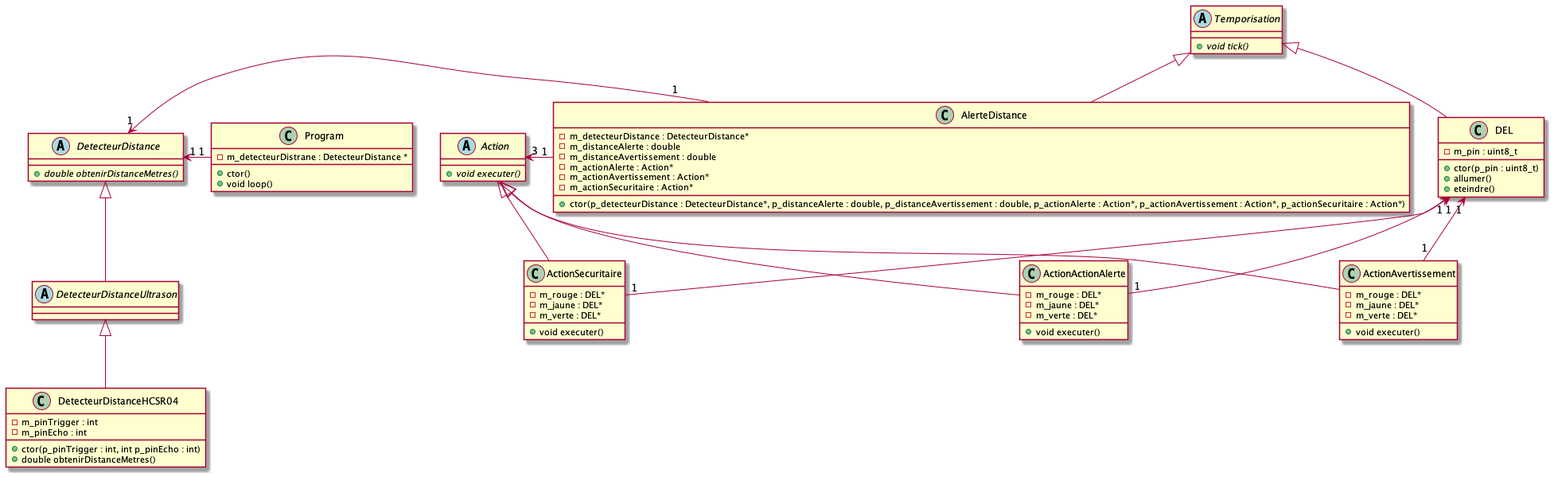
This is images/Module05_ProgrammationEntreesAnalogiques_1_2/diag/diagramme_classes/dc_DetecteurDistance.png from PiFou86/420-W48-SF, a PlantUML export, as it was before one commit. Its diagram source:
```plantuml
@startuml dc_DetecteurDistance
skinparam maxMessageSize 50

abstract class Temporisation {
    + void tick() {abstract}
}

class Program {
    - m_detecteurDistrane : DetecteurDistance *
    + ctor()
    + void loop()
}

abstract class DetecteurDistance {
    + double obtenirDistanceMetres() {abstract}
}

abstract class DetecteurDistanceUltrason {

}

class DetecteurDistanceHCSR04 {
    - m_pinTrigger : int
    - m_pinEcho : int

    + ctor(p_pinTrigger : int, int p_pinEcho : int)
    + double obtenirDistanceMetres()
}

abstract class Action {
    + void executer() {abstract}
}

class ActionActionAlerte {
    - m_rouge : DEL*
    - m_jaune : DEL*
    - m_verte : DEL*
    + void executer()
}

class ActionAvertissement {
    - m_rouge : DEL*
    - m_jaune : DEL*
    - m_verte : DEL*
    + void executer()

}

class ActionSecuritaire {
    - m_rouge : DEL*
    - m_jaune : DEL*
    - m_verte : DEL*
    + void executer()
}

DetecteurDistance <|-- DetecteurDistanceUltrason
DetecteurDistanceUltrason <|-- DetecteurDistanceHCSR04

Action <|-- ActionActionAlerte
Action <|-- ActionAvertissement
Action <|-- ActionSecuritaire

class DEL {
    - m_pin : uint8_t
    + ctor(p_pin : uint8_t)
    + allumer()
    + eteindre()
}

DEL "1" <-- "1" ActionActionAlerte
DEL "1" <-- "1" ActionAvertissement
DEL "1" <-- "1" ActionSecuritaire


Program "1" -right-> "1" DetecteurDistance

class AlerteDistance {
    - m_detecteurDistance : DetecteurDistance*
    - m_distanceAlerte : double
    - m_distanceAvertissement : double
    - m_actionAlerte : Action*
    - m_actionAvertissement : Action*
    - m_actionSecuritaire : Action*
    + ctor(p_detecteurDistance : DetecteurDistance*, p_distanceAlerte : double, p_distanceAvertissement : double, p_actionAlerte : Action*, p_actionAvertissement : Action*, p_actionSecuritaire : Action*)
}

Temporisation <|-- AlerteDistance
Temporisation <|-- DEL

AlerteDistance "1" -left-> "1" DetecteurDistance
AlerteDistance "1" -right-> "3" Action

@enduml
```
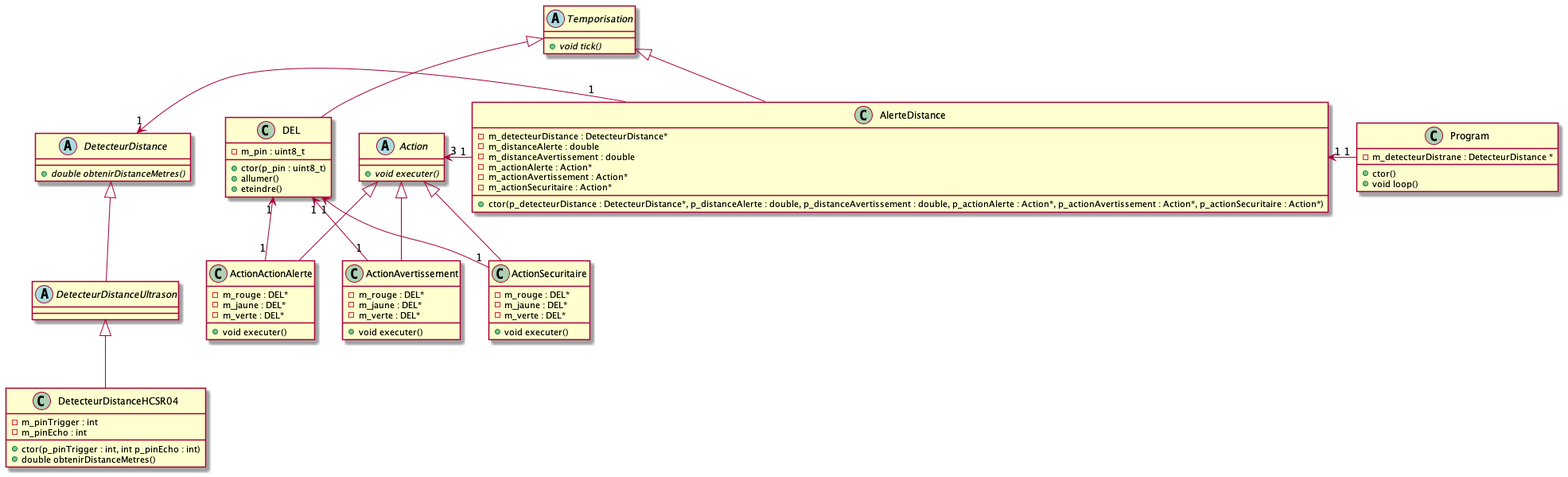
Later version of the same file.

Commit message:
Correction lien diagramme

The edit, as a diff of the source:
```diff
@@ -72,7 +72,7 @@
 DEL "1" <-- "1" ActionSecuritaire
 
 
-Program "1" -right-> "1" DetecteurDistance
+Program "1" -left-> "1" AlerteDistance
 
 class AlerteDistance {
     - m_detecteurDistance : DetecteurDistance*
```
